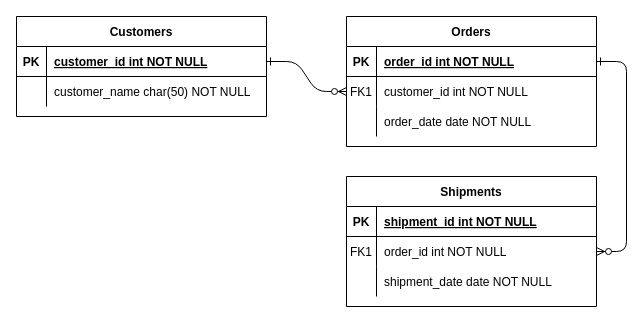
wndayday/MyBex5 keeps this draw.io diagram as page "Page-1" (1 of 2) of logical Diagram.drawio. Above is the earlier version. Source tidied: cells renumbered, new cells numbered last; positions are measured from the earlier drawing's top-left corner, leaving out a move shared by most shapes. Both pictures are drawn from the tidied source at 100%, with x=0, y=0 at pixel (16, 16).
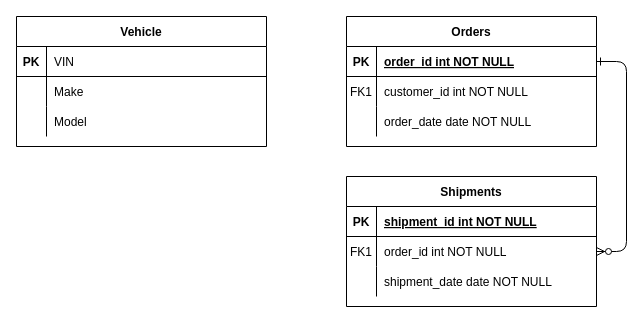
Above is the later version.

Unchanged cells that the change refers to:
```xml
<mxCell id="8" style="shape=partialRectangle;fillColor=none;points=[[0,0.5],[1,0.5]];portConstraint=eastwest;top=0;left=0;right=0;bottom=0;" parent="4" vertex="1">
  <mxGeometry y="60" width="250" height="30" as="geometry" />
</mxCell>
<mxCell id="25" style="shape=partialRectangle;fillColor=none;points=[[0,0.5],[1,0.5]];portConstraint=eastwest;top=0;left=0;right=0;bottom=1;" parent="24" vertex="1">
  <mxGeometry y="30" width="250" height="30" as="geometry" />
</mxCell>
```

Diff of the diagram source:
```diff
@@
-    <mxCell id="2" style="edgeStyle=entityRelationEdgeStyle;endArrow=ERzeroToMany;startArrow=ERone;endFill=1;startFill=0;" parent="1" edge="1" source="25" target="8">
-      <mxGeometry relative="1" as="geometry" />
-    </mxCell>
@@
-    <mxCell id="24" value="Customers" style="shape=table;startSize=30;childLayout=tableLayout;rowLines=0;fontStyle=1;align=center;" parent="1" vertex="1">
-      <mxGeometry width="250" height="100" as="geometry" />
+    <mxCell id="24" value="Vehicle" style="shape=table;startSize=30;childLayout=tableLayout;rowLines=0;fontStyle=1;align=center;" parent="1" vertex="1">
+      <mxGeometry width="250" height="130" as="geometry" />
     </mxCell>
@@
-    <mxCell id="27" value="customer_id int NOT NULL " style="shape=partialRectangle;overflow=hidden;fillColor=none;top=0;left=0;bottom=0;right=0;align=left;spacingLeft=6;fontStyle=5;" parent="25" vertex="1">
+    <mxCell id="27" value="VIN" style="shape=partialRectangle;overflow=hidden;fillColor=none;top=0;left=0;bottom=0;right=0;align=left;spacingLeft=6;fontStyle=0;" parent="25" vertex="1">
       <mxGeometry x="30" width="220" height="30" as="geometry" />
     </mxCell>
+    <mxCell id="31" style="shape=partialRectangle;fillColor=none;top=0;left=0;right=0;bottom=0;" parent="24" vertex="1">
+      <mxGeometry y="60" width="250" height="30" as="geometry" />
+    </mxCell>
+    <mxCell id="32" style="shape=partialRectangle;overflow=hidden;fillColor=none;top=0;left=0;bottom=0;right=0;" parent="31" vertex="1">
+      <mxGeometry width="30" height="30" as="geometry" />
+    </mxCell>
+    <mxCell id="33" value="Make" style="shape=partialRectangle;overflow=hidden;fillColor=none;top=0;left=0;bottom=0;right=0;align=left;spacingLeft=6;" parent="31" vertex="1">
+      <mxGeometry x="30" width="220" height="30" as="geometry" />
+    </mxCell>
     <mxCell id="28" style="shape=partialRectangle;fillColor=none;top=0;left=0;right=0;bottom=0;" parent="24" vertex="1">
-      <mxGeometry y="60" width="250" height="30" as="geometry" />
+      <mxGeometry y="90" width="250" height="30" as="geometry" />
     </mxCell>
@@
-    <mxCell id="30" value="customer_name char(50) NOT NULL" style="shape=partialRectangle;overflow=hidden;fillColor=none;top=0;left=0;bottom=0;right=0;align=left;spacingLeft=6;" parent="28" vertex="1">
+    <mxCell id="30" value="Model" style="shape=partialRectangle;overflow=hidden;fillColor=none;top=0;left=0;bottom=0;right=0;align=left;spacingLeft=6;" parent="28" vertex="1">
       <mxGeometry x="30" width="220" height="30" as="geometry" />
     </mxCell>
```
